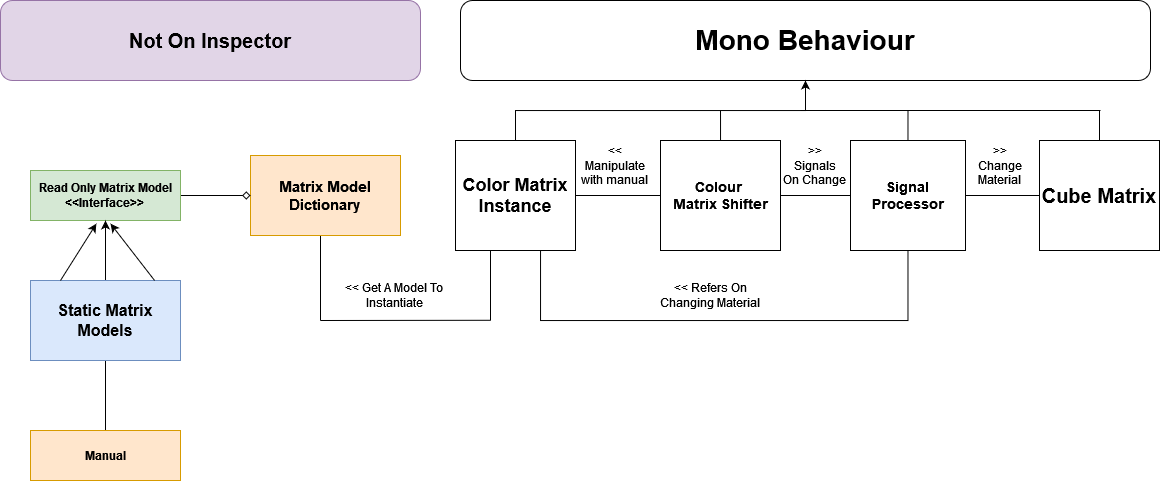
uirdp/Bit-Summit-Project keeps this draw.io diagram as class_diagram.drawio.png. Above is the earlier version. Source tidied: cells renumbered, new cells last; positions are measured from the earlier drawing's top-left corner, leaving out a move shared by most shapes.
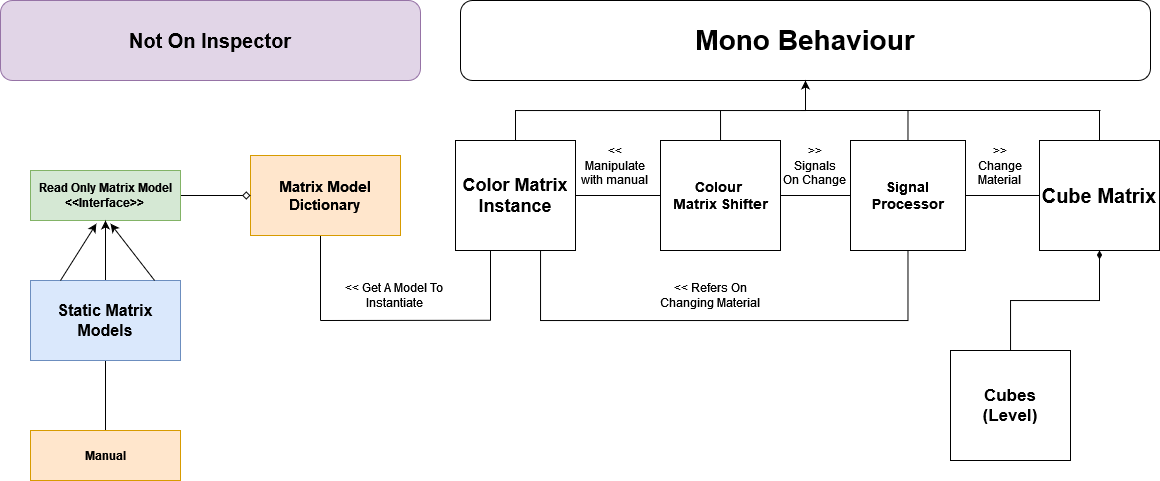
After the commit.

Commit message:
another class diagram update

Change to the diagram source:
```diff
@@ -133,5 +133,11 @@
     <mxCell id="33" value="&lt;div&gt;&amp;lt;&amp;lt; Get A Model To&amp;nbsp;&lt;/div&gt;&lt;div&gt;Instantiate &lt;br&gt;&lt;/div&gt;" style="text;html=1;strokeColor=none;fillColor=none;align=center;verticalAlign=middle;whiteSpace=wrap;rounded=0;" parent="1" vertex="1">
       <mxGeometry x="290" y="265" width="210" height="60" as="geometry" />
     </mxCell>
+    <mxCell id="34" style="edgeStyle=orthogonalEdgeStyle;rounded=0;jettySize=auto;html=1;endArrow=diamondThin;endFill=1;" parent="1" edge="1" source="35" target="15">
+      <mxGeometry relative="1" as="geometry" />
+    </mxCell>
+    <mxCell id="35" value="&lt;div style=&quot;font-size: 17px;&quot;&gt;&lt;font style=&quot;font-size: 17px;&quot;&gt;&lt;b&gt;Cubes&lt;/b&gt;&lt;/font&gt;&lt;/div&gt;&lt;div style=&quot;font-size: 17px;&quot;&gt;&lt;font style=&quot;font-size: 17px;&quot;&gt;&lt;b&gt;&lt;font style=&quot;font-size: 17px;&quot;&gt;(Level)&lt;/font&gt;&lt;br&gt;&lt;/b&gt;&lt;/font&gt;&lt;/div&gt;" style="rounded=0;whiteSpace=wrap;html=1;" parent="1" vertex="1">
+      <mxGeometry x="950" y="350" width="120" height="110" as="geometry" />
+    </mxCell>
   </root>
 </mxGraphModel>
```
